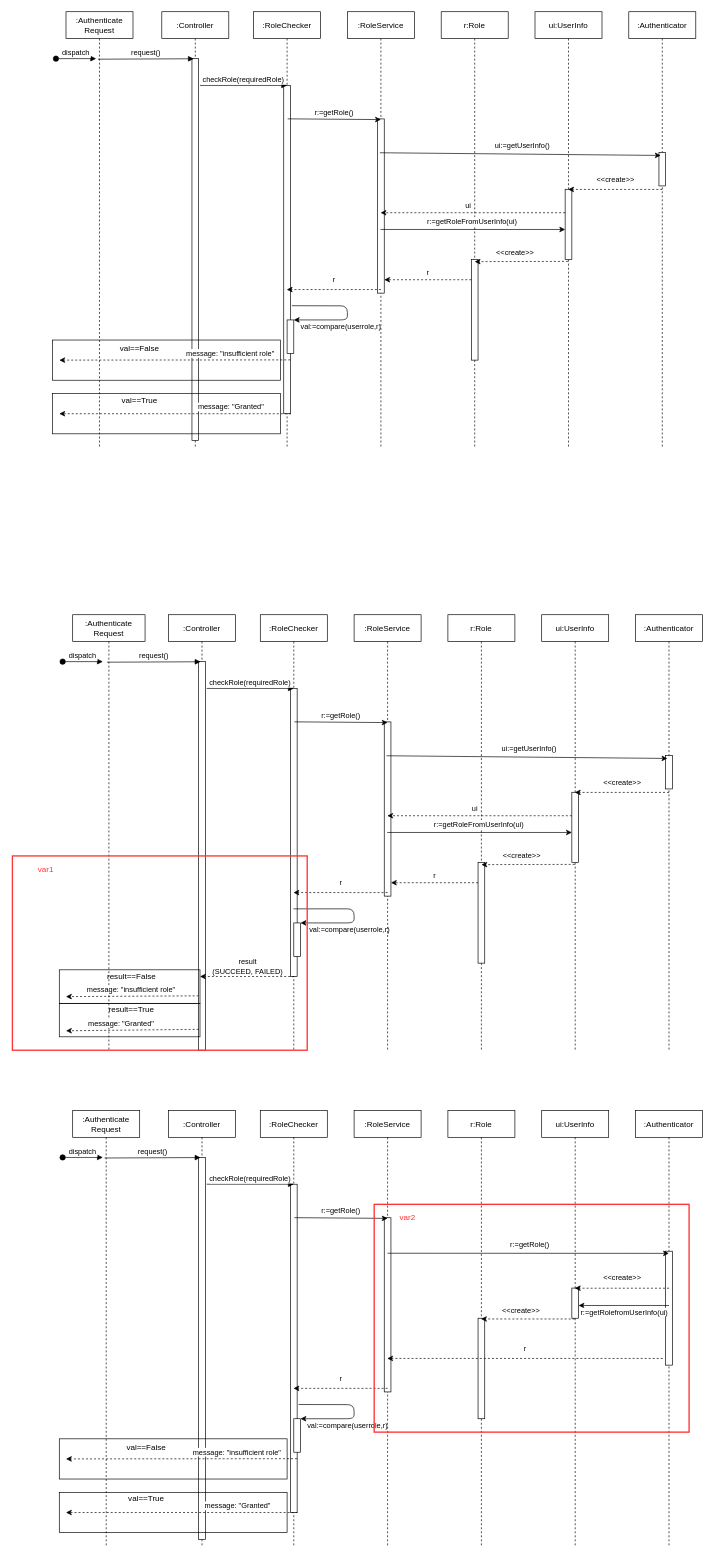
The draw.io diagram docs/SubgroupB_management/objSqncDiagram/authenticate.drawio in cau-sw-engineering-2021/online-pizza-ordering-system, before the edit. Source tidied: cells renumbered, new cells numbered last; positions are measured from the earlier drawing's top-left corner, leaving out a move shared by most shapes. Both pictures are drawn from the tidied source at 67%, with x=0, y=0 at pixel (12, 11).
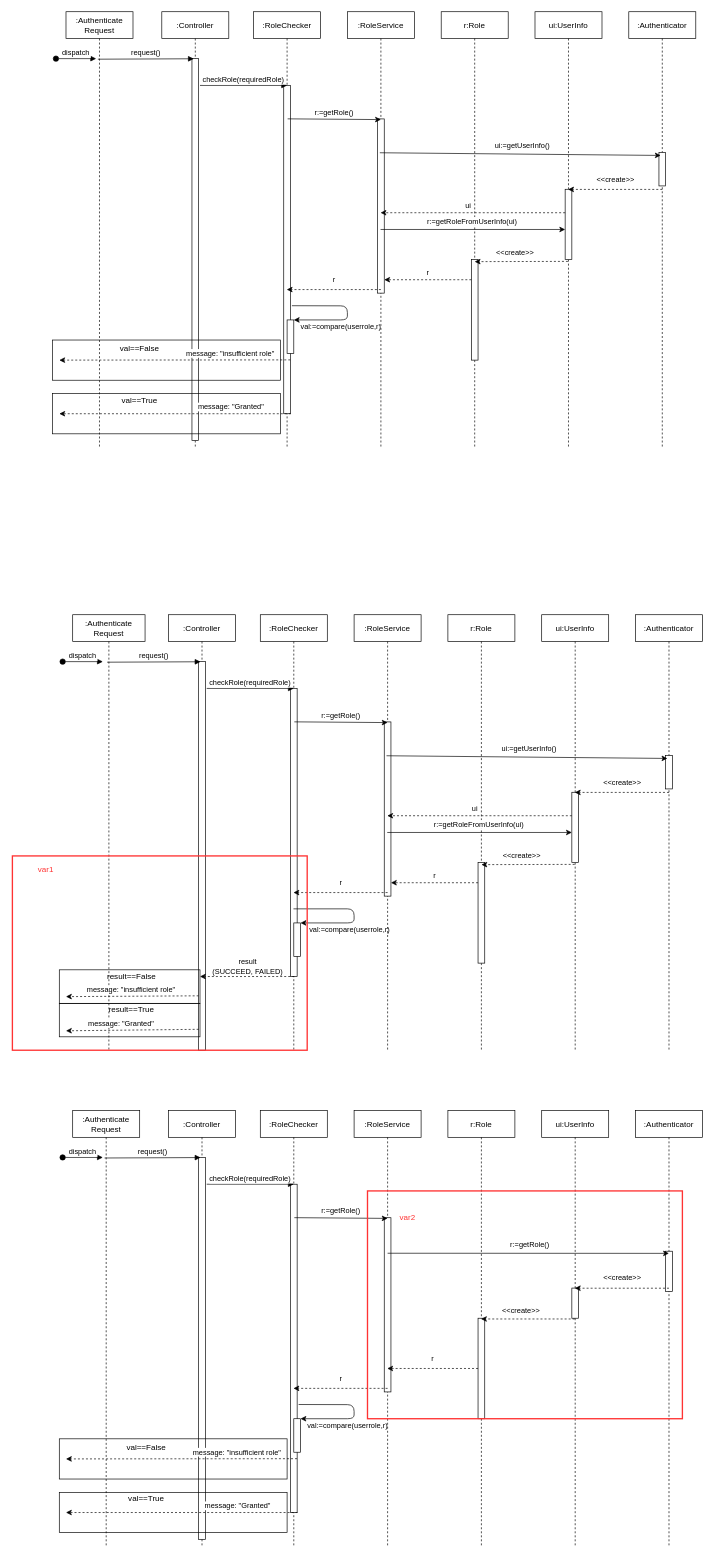
Above is the later version.

Commit message (it also covers changes not shown here):
Add Sequence Diagram Final

Unchanged cells that the change refers to:
```xml
<mxCell id="78" value=":RoleService" style="shape=umlLifeline;perimeter=lifelinePerimeter;rounded=0;shadow=0;strokeWidth=1;" parent="1" vertex="1">
  <mxGeometry x="510" y="1640" width="100" height="650" as="geometry" />
</mxCell>
<mxCell id="81" style="points=[];perimeter=orthogonalPerimeter;rounded=0;shadow=0;strokeWidth=1;" parent="80" vertex="1">
  <mxGeometry x="45" y="310" width="10" height="150" as="geometry" />
</mxCell>
<mxCell id="83" style="points=[];perimeter=orthogonalPerimeter;rounded=0;shadow=0;strokeWidth=1;" parent="82" vertex="1">
  <mxGeometry x="45" y="265" width="10" height="45" as="geometry" />
</mxCell>
<mxCell id="87" value=":Authenticator" style="shape=umlLifeline;perimeter=lifelinePerimeter;rounded=0;shadow=0;strokeWidth=1;" parent="1" vertex="1">
  <mxGeometry x="930" y="1640" width="100" height="650" as="geometry" />
</mxCell>
```

Change to the diagram source:
```diff
@@
     <mxCell id="88" style="perimeter=orthogonalPerimeter;rounded=0;shadow=0;strokeWidth=1;" parent="87" vertex="1">
-      <mxGeometry x="45" y="210" width="10" height="170" as="geometry" />
+      <mxGeometry x="45" y="210" width="10" height="60" as="geometry" />
     </mxCell>
@@
-    <mxCell id="98" value="r:=getRolefromUserInfo(ui)" style="endArrow=classic;html=1;" parent="1" edge="1" target="83">
-      <mxGeometry x="-0.01" y="10" relative="1" as="geometry">
-        <mxPoint x="980" y="1931" as="sourcePoint" />
-      </mxGeometry>
-    </mxCell>
-    <mxCell id="99" value="r" style="endArrow=classic;html=1;exitX=0.5;exitY=0.408;exitDx=0;exitDy=0;exitPerimeter=0;dashed=1;" parent="1" edge="1" target="78">
-      <mxGeometry y="-15" relative="1" as="geometry">
-        <mxPoint x="970.7" y="2010" as="sourcePoint" />
-      </mxGeometry>
+    <mxCell id="99" value="r" style="endArrow=classic;html=1;dashed=1;" parent="1" edge="1" source="81" target="78">
+      <mxGeometry y="-15" relative="1" as="geometry" />
     </mxCell>
     <mxCell id="100" style="rounded=0;whiteSpace=wrap;html=1;fillColor=none;strokeColor=#FF3333;strokeWidth=2;" parent="1" vertex="1">
-      <mxGeometry x="540" y="1780" width="470" height="340" as="geometry" />
+      <mxGeometry x="530" y="1760" width="470" height="340" as="geometry" />
     </mxCell>
```
